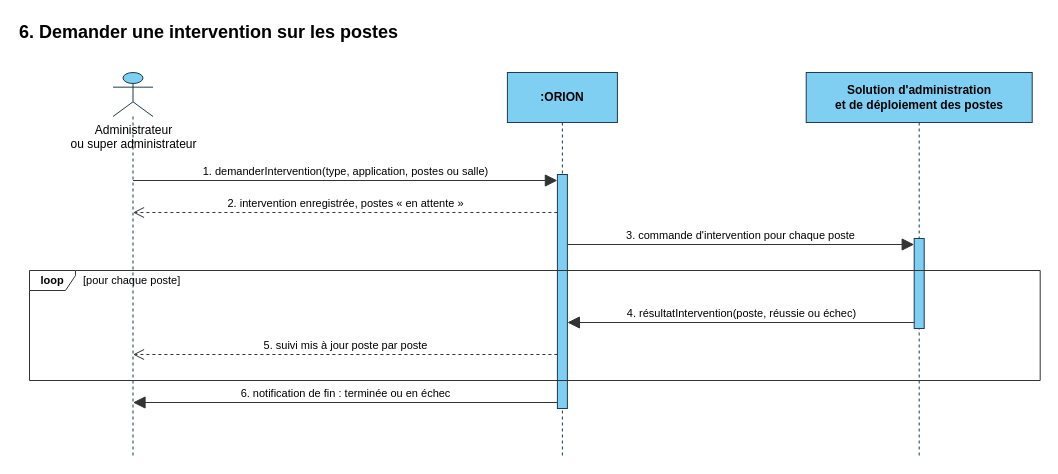
Above: page "Demander une intervention sur les postes" (6 of 9) of docs/02-ANALYSE/02-CAPTURE-DES-BESOINS/10-DIAGRAMMES-SEQUENCE-SYSTEME.drawio in bpierrelouis/aster (draw.io), before the change. Source tidied: cells renumbered, new cells numbered last; positions are measured from the earlier drawing's top-left corner, leaving out a move shared by most shapes. Both pictures are drawn from the tidied source at 100%, with x=0, y=0 at pixel (17, 17).
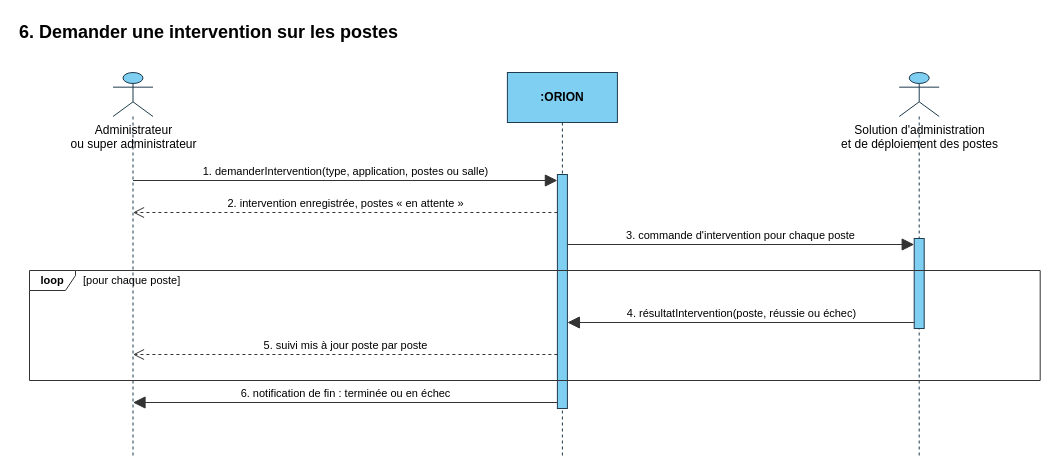
Above is the later version.

Change to the diagram source:
```diff
@@
-    <mxCell id="5" value="Solution d'administration&lt;br&gt;et de déploiement des postes" style="shape=umlLifeline;perimeter=lifelinePerimeter;whiteSpace=wrap;html=1;size=50;fontSize=12;fontStyle=1;fillColor=#7FCFF2;strokeColor=#1F3B4D;" parent="1" vertex="1">
-      <mxGeometry x="788.7" y="55" width="226" height="384" as="geometry" />
+    <mxCell id="5" value="Solution d'administration&lt;br&gt;et de déploiement des postes" style="shape=umlLifeline;participant=umlActor;perimeter=lifelinePerimeter;html=1;verticalAlign=top;spacingTop=44;whiteSpace=nowrap;fontSize=12;size=44;fillColor=#7FCFF2;strokeColor=#1F3B4D;" parent="1" vertex="1">
+      <mxGeometry x="881.7" y="55" width="40" height="384" as="geometry" />
     </mxCell>
```
